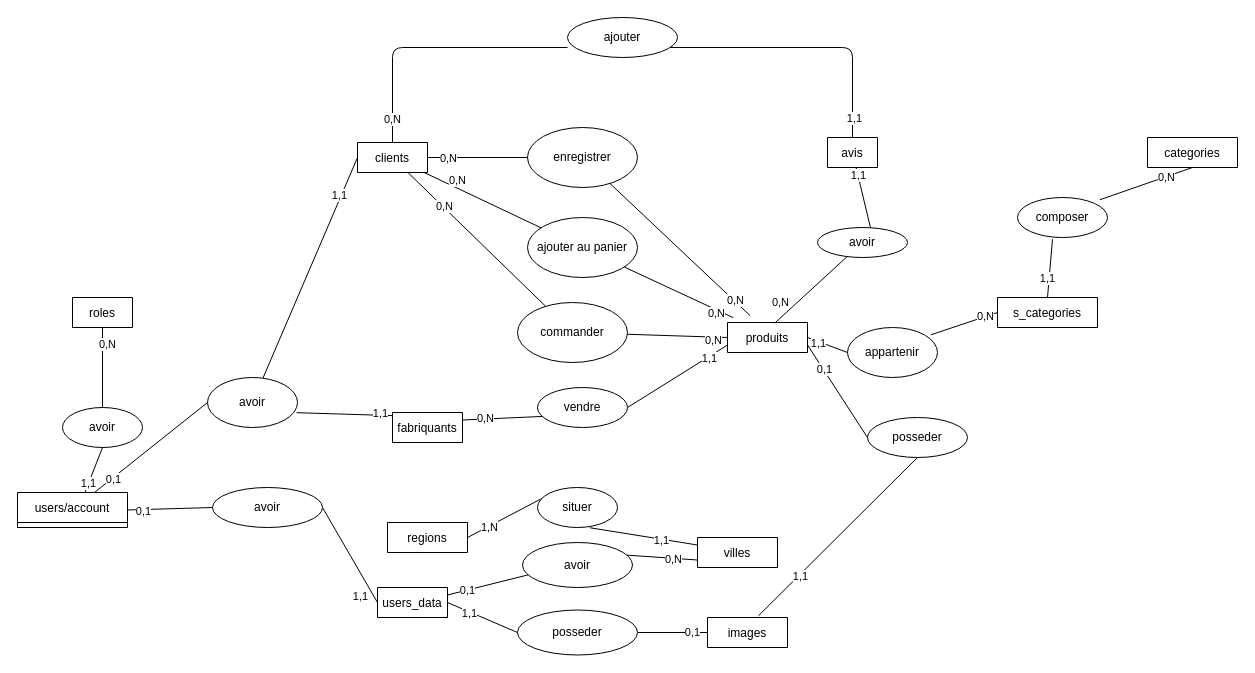
Above: vConception/mcd.drawio in KhadijaMakkaoui/Made_In_Morocco_ByLocals (draw.io), before the change. Source tidied: cells renumbered, new cells numbered last; positions are measured from the earlier drawing's top-left corner, leaving out a move shared by most shapes. Both pictures are drawn from the tidied source at 100%, with x=0, y=0 at pixel (17, 17).
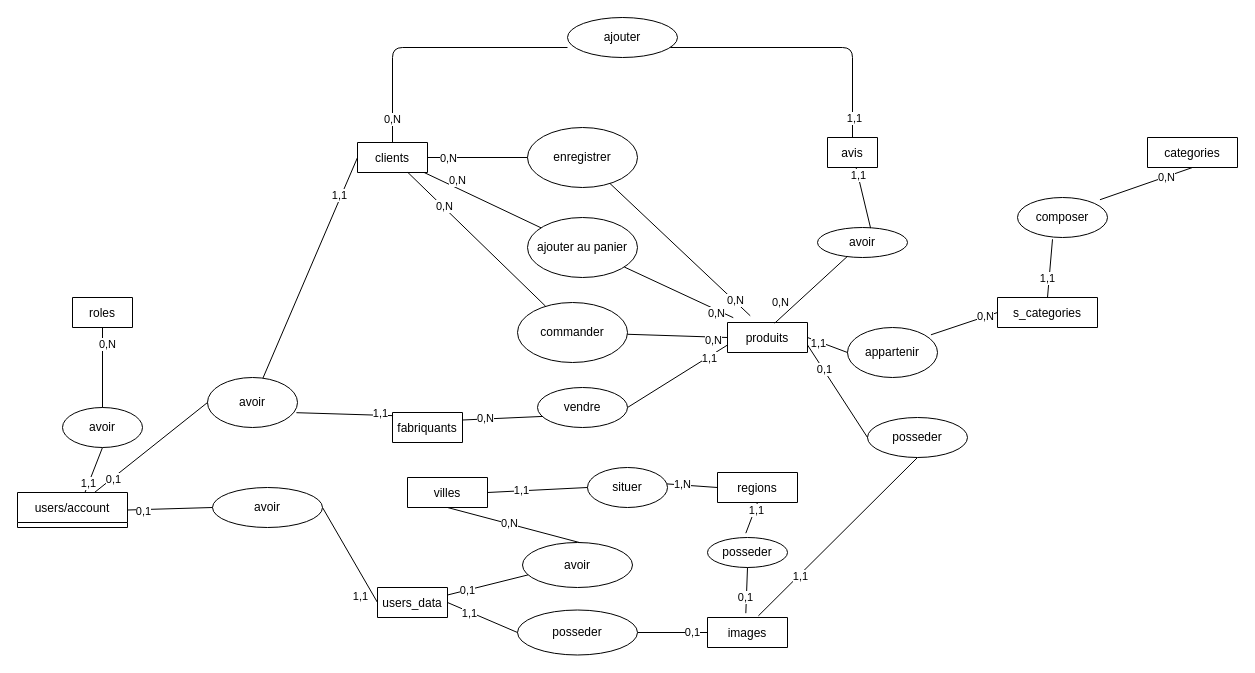
After the change.

Commit message:
modifier le mcd ajouter la relation entre la table regions et images

Unchanged cells that the change refers to:
```xml
<mxCell id="27" value="images" style="swimlane;fontStyle=0;horizontal=1;startSize=30;" parent="1" vertex="1" collapsed="1">
  <mxGeometry x="690" y="600" width="80" height="30" as="geometry" />
</mxCell>
<mxCell id="68" value="avoir" style="ellipse;whiteSpace=wrap;html=1;" parent="1" vertex="1">
  <mxGeometry x="505" y="525" width="110" height="45" as="geometry" />
</mxCell>
```

Diff of the diagram source:
```diff
@@
     <mxCell id="59" value="villes" style="swimlane;fontStyle=0;horizontal=1;startSize=30;" parent="1" vertex="1" collapsed="1">
-      <mxGeometry x="680" y="520" width="80" height="30" as="geometry" />
+      <mxGeometry x="390" y="460" width="80" height="30" as="geometry" />
     </mxCell>
     <mxCell id="60" value="regions" style="swimlane;fontStyle=0;horizontal=1;startSize=30;" parent="1" vertex="1" collapsed="1">
-      <mxGeometry x="370" y="505" width="80" height="30" as="geometry" />
+      <mxGeometry x="700" y="455" width="80" height="30" as="geometry" />
     </mxCell>
-    <mxCell id="61" style="endArrow=none;html=1;exitX=0;exitY=0.25;exitDx=0;exitDy=0;entryX=1;entryY=0.5;entryDx=0;entryDy=0;startArrow=none;" parent="1" edge="1" source="63" target="60">
+    <mxCell id="61" style="endArrow=none;html=1;exitX=0;exitY=0.25;exitDx=0;exitDy=0;entryX=0;entryY=0.5;entryDx=0;entryDy=0;startArrow=none;" parent="1" edge="1" source="63" target="60">
       <mxGeometry relative="1" as="geometry" />
     </mxCell>
@@
     <mxCell id="63" value="situer" style="ellipse;whiteSpace=wrap;html=1;" parent="1" vertex="1">
-      <mxGeometry x="520" y="470" width="80" height="40" as="geometry" />
+      <mxGeometry x="570" y="450" width="80" height="40" as="geometry" />
     </mxCell>
-    <mxCell id="64" style="endArrow=none;html=1;exitX=0;exitY=0.25;exitDx=0;exitDy=0;entryX=0.655;entryY=1.006;entryDx=0;entryDy=0;entryPerimeter=0;" parent="1" edge="1" source="59" target="63">
+    <mxCell id="64" style="endArrow=none;html=1;exitX=1;exitY=0.5;exitDx=0;exitDy=0;entryX=0;entryY=0.5;entryDx=0;entryDy=0;" parent="1" edge="1" source="59" target="63">
       <mxGeometry relative="1" as="geometry" />
     </mxCell>
@@
-    <mxCell id="66" style="endArrow=none;html=1;exitX=1;exitY=0.25;exitDx=0;exitDy=0;entryX=0;entryY=0.75;entryDx=0;entryDy=0;startArrow=none;" parent="1" edge="1" source="68" target="59">
+    <mxCell id="66" style="endArrow=none;html=1;exitX=1;exitY=0.25;exitDx=0;exitDy=0;entryX=0.5;entryY=1;entryDx=0;entryDy=0;startArrow=none;" parent="1" edge="1" source="68" target="59">
       <mxGeometry relative="1" as="geometry" />
     </mxCell>
@@
+    <mxCell id="91" style="endArrow=none;html=1;entryX=0.5;entryY=1;entryDx=0;entryDy=0;exitX=0.479;exitY=-0.144;exitDx=0;exitDy=0;exitPerimeter=0;startArrow=none;" parent="1" edge="1" source="93" target="60">
+      <mxGeometry relative="1" as="geometry" />
+    </mxCell>
+    <mxCell id="92" value="1,1" style="edgeLabel;html=1;align=center;verticalAlign=middle;" parent="91" vertex="1">
+      <mxGeometry x="0.53" y="-1" relative="1" as="geometry" />
+    </mxCell>
+    <mxCell id="93" value="posseder" style="ellipse;whiteSpace=wrap;html=1;" parent="1" vertex="1">
+      <mxGeometry x="690" y="520" width="80" height="30" as="geometry" />
+    </mxCell>
+    <mxCell id="94" style="endArrow=none;html=1;entryX=0.5;entryY=1;entryDx=0;entryDy=0;exitX=0.479;exitY=-0.144;exitDx=0;exitDy=0;exitPerimeter=0;" parent="1" edge="1" source="27" target="93">
+      <mxGeometry relative="1" as="geometry" />
+    </mxCell>
+    <mxCell id="95" value="0,1" style="edgeLabel;html=1;align=center;verticalAlign=middle;" parent="94" vertex="1">
+      <mxGeometry x="-0.31" y="1" relative="1" as="geometry" />
+    </mxCell>
```
